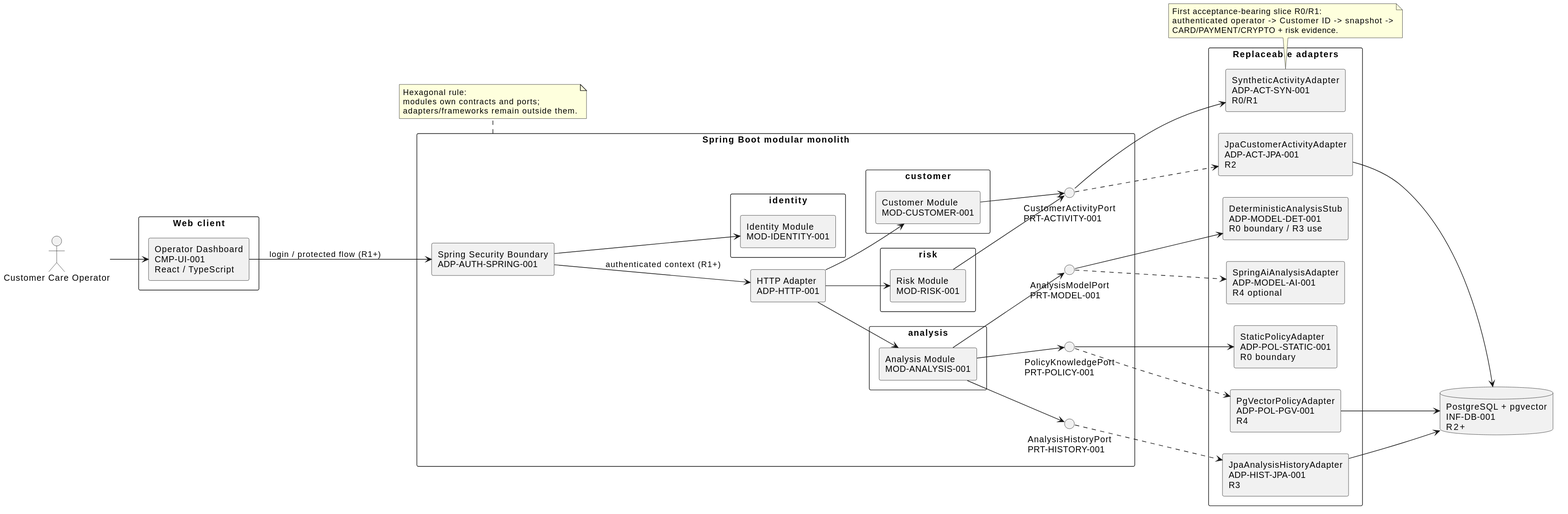
Before: docs/assignment/SDD/diagrams/component-topology.svg, a diagram exported from PlantUML (jdoe-dev-159753/specgraph-reference-app). Source of this version:
```plantuml
@startuml
left to right direction
skinparam componentStyle rectangle
skinparam packageStyle rectangle

actor "Customer Care Operator" as Operator

package "Web client" {
  component "Operator Dashboard\nCMP-UI-001\nReact / TypeScript" as UI
}

package "Spring Boot modular monolith" as Backend {
  component "HTTP Adapter\nADP-HTTP-001" as Http
  component "Spring Security Boundary\nADP-AUTH-SPRING-001" as Auth

  package "customer" {
    component "Customer Module\nMOD-CUSTOMER-001" as Customer
  }
  package "risk" {
    component "Risk Module\nMOD-RISK-001" as Risk
  }
  package "analysis" {
    component "Analysis Module\nMOD-ANALYSIS-001" as Analysis
  }
  package "identity" {
    component "Identity Module\nMOD-IDENTITY-001" as Identity
  }

  interface "CustomerActivityPort\nPRT-ACTIVITY-001" as ActivityPort
  interface "AnalysisModelPort\nPRT-MODEL-001" as ModelPort
  interface "PolicyKnowledgePort\nPRT-POLICY-001" as PolicyPort
  interface "AnalysisHistoryPort\nPRT-HISTORY-001" as HistoryPort
}

package "Replaceable adapters" {
  component "SyntheticActivityAdapter\nADP-ACT-SYN-001\nR0/R1" as ActivitySynthetic
  component "JpaCustomerActivityAdapter\nADP-ACT-JPA-001\nR2" as ActivityJpa
  component "DeterministicAnalysisStub\nADP-MODEL-DET-001\nR0 boundary / R3 use" as ModelDet
  component "SpringAiAnalysisAdapter\nADP-MODEL-AI-001\nR4 optional" as ModelAi
  component "StaticPolicyAdapter\nADP-POL-STATIC-001\nR0 boundary" as PolicyStatic
  component "PgVectorPolicyAdapter\nADP-POL-PGV-001\nR4" as PolicyPg
  component "JpaAnalysisHistoryAdapter\nADP-HIST-JPA-001\nR3" as HistoryJpa
}

database "PostgreSQL + pgvector\nINF-DB-001\nR2+" as Db

Operator --> UI
UI --> Auth : login / protected flow (R1+)
Auth --> Http : authenticated context (R1+)
Auth --> Identity
Http --> Customer
Http --> Risk
Http --> Analysis
Customer --> ActivityPort
Risk --> ActivityPort
Analysis --> ModelPort
Analysis --> PolicyPort
Analysis --> HistoryPort

ActivityPort --> ActivitySynthetic
ActivityPort ..> ActivityJpa
ModelPort --> ModelDet
ModelPort ..> ModelAi
PolicyPort --> PolicyStatic
PolicyPort ..> PolicyPg
HistoryPort ..> HistoryJpa

ActivityJpa --> Db
PolicyPg --> Db
HistoryJpa --> Db

note bottom of ActivitySynthetic
  First acceptance-bearing slice R0/R1:
  authenticated operator -> Customer ID -> snapshot ->
  CARD/PAYMENT/CRYPTO + risk evidence.
end note

note bottom of Backend
  Hexagonal rule:
  modules own contracts and ports;
  adapters/frameworks remain outside them.
end note
@enduml
```
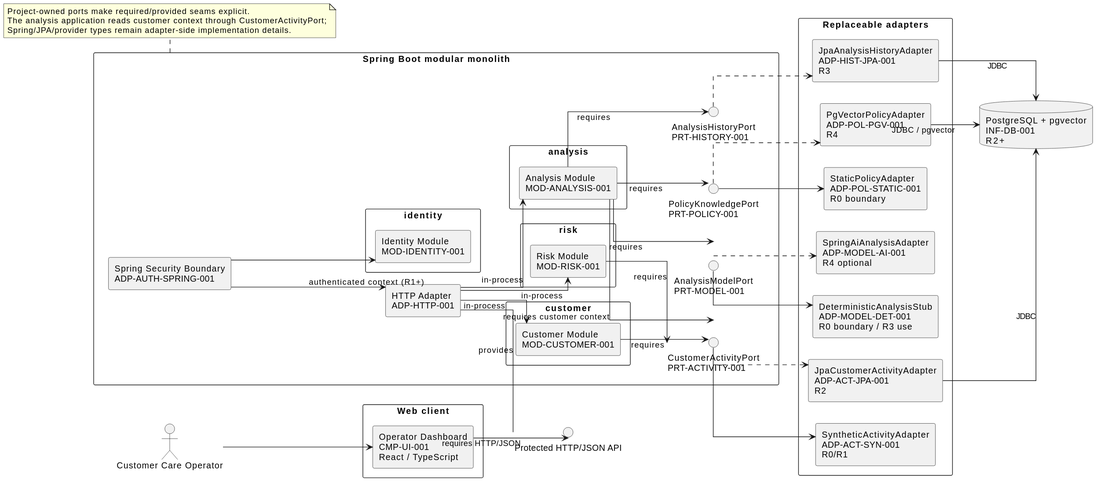
The same diagram one commit later.

What changed in the source:
```diff
@@ -2,8 +2,10 @@
 left to right direction
 skinparam componentStyle rectangle
 skinparam packageStyle rectangle
+skinparam linetype ortho
 
 actor "Customer Care Operator" as Operator
+interface "Protected HTTP/JSON API" as WebApi
 
 package "Web client" {
   component "Operator Dashboard\nCMP-UI-001\nReact / TypeScript" as UI
@@ -45,17 +47,19 @@
 database "PostgreSQL + pgvector\nINF-DB-001\nR2+" as Db
 
 Operator --> UI
-UI --> Auth : login / protected flow (R1+)
+UI --> WebApi : requires HTTP/JSON
+Http -- WebApi : provides
 Auth --> Http : authenticated context (R1+)
 Auth --> Identity
-Http --> Customer
-Http --> Risk
-Http --> Analysis
-Customer --> ActivityPort
-Risk --> ActivityPort
-Analysis --> ModelPort
-Analysis --> PolicyPort
-Analysis --> HistoryPort
+Http --> Customer : in-process
+Http --> Risk : in-process
+Http --> Analysis : in-process
+Customer --> ActivityPort : requires
+Risk --> ActivityPort : requires
+Analysis --> ActivityPort : requires customer context
+Analysis --> ModelPort : requires
+Analysis --> PolicyPort : requires
+Analysis --> HistoryPort : requires
 
 ActivityPort --> ActivitySynthetic
 ActivityPort ..> ActivityJpa
@@ -65,19 +69,13 @@
 PolicyPort ..> PolicyPg
 HistoryPort ..> HistoryJpa
 
-ActivityJpa --> Db
-PolicyPg --> Db
-HistoryJpa --> Db
-
-note bottom of ActivitySynthetic
-  First acceptance-bearing slice R0/R1:
-  authenticated operator -> Customer ID -> snapshot ->
-  CARD/PAYMENT/CRYPTO + risk evidence.
-end note
+ActivityJpa --> Db : JDBC
+PolicyPg --> Db : JDBC / pgvector
+HistoryJpa --> Db : JDBC
 
 note bottom of Backend
-  Hexagonal rule:
-  modules own contracts and ports;
-  adapters/frameworks remain outside them.
+  Project-owned ports make required/provided seams explicit.
+  The analysis application reads customer context through CustomerActivityPort;
+  Spring/JPA/provider types remain adapter-side implementation details.
 end note
 @enduml
```
